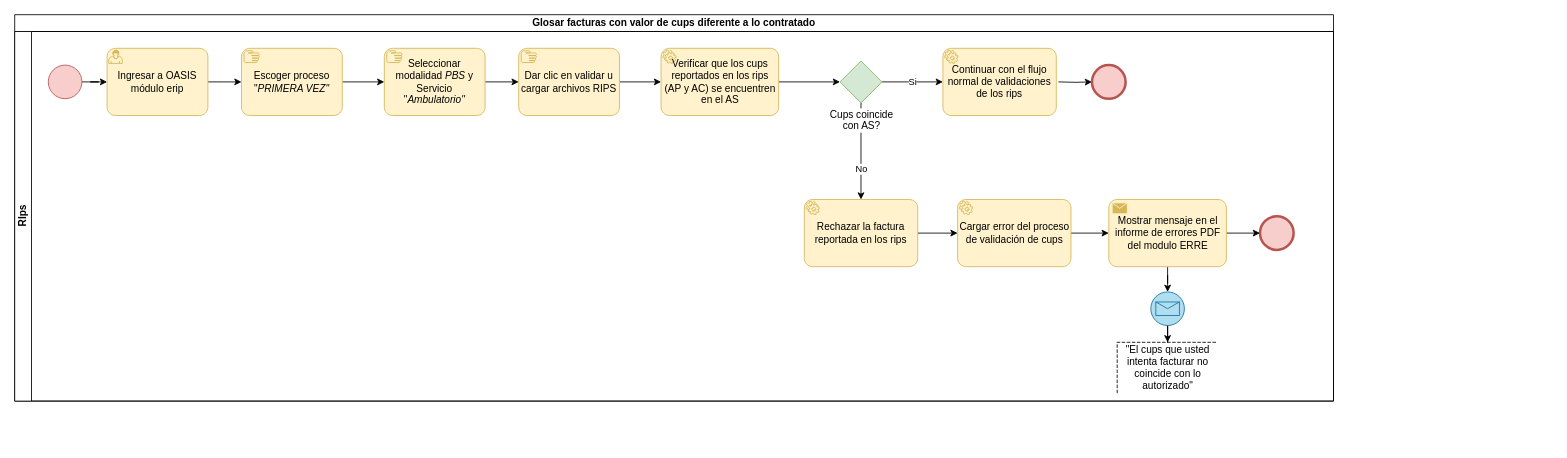
Earlier version of the draw.io diagram Glosar cups con factura diferente a la contratada.drawio (kevinjporto/Diagramas-de-procesos). Source tidied: cells renumbered, new cells numbered last; positions are measured from the earlier drawing's top-left corner, leaving out a move shared by most shapes. Both pictures are drawn from the tidied source at 84%, with x=0, y=0 at pixel (14, 14).
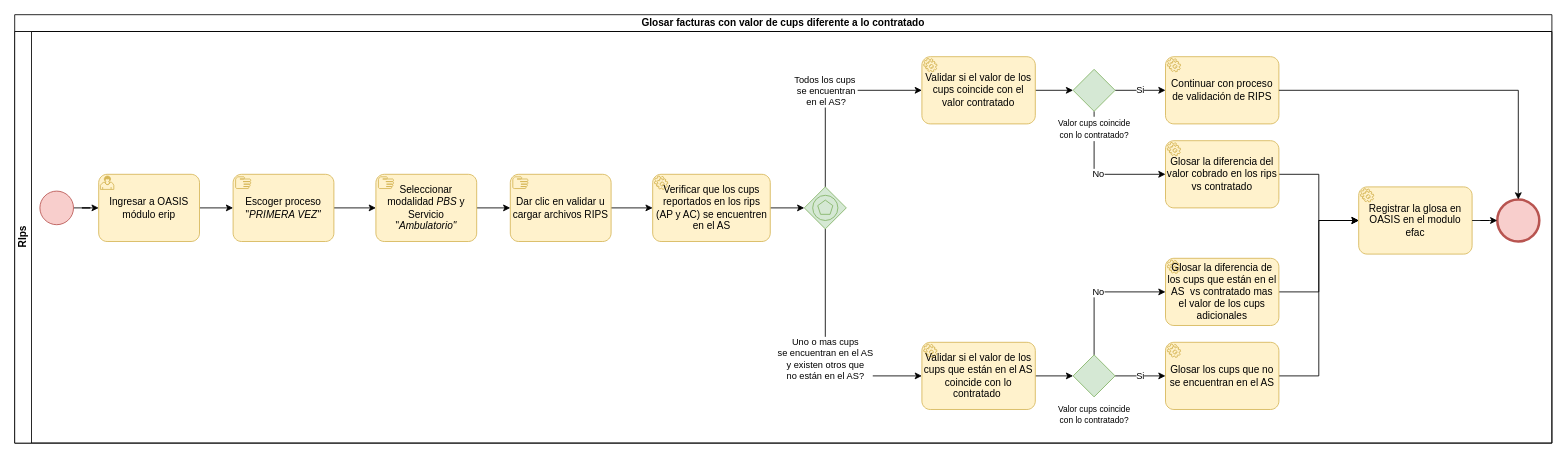
After the change.

The edit, as a diff of the source:
```diff
@@
     <mxCell id="2" value="Glosar facturas con valor de cups diferente a lo contratado" style="swimlane;html=1;horizontal=1;startSize=20;whiteSpace=wrap;" parent="1" vertex="1">
-      <mxGeometry width="1570" height="460" as="geometry" />
+      <mxGeometry width="1830" height="510" as="geometry" />
     </mxCell>
     <mxCell id="3" value="RIps" style="swimlane;html=1;startSize=20;horizontal=0;" parent="2" vertex="1">
-      <mxGeometry y="20" width="1570" height="440" as="geometry" />
+      <mxGeometry y="20" width="1830" height="490" as="geometry" />
     </mxCell>
@@
     <mxCell id="5" style="points=[[0.145,0.145,0],[0.5,0,0],[0.855,0.145,0],[1,0.5,0],[0.855,0.855,0],[0.5,1,0],[0.145,0.855,0],[0,0.5,0]];shape=mxgraph.bpmn.event;html=1;verticalLabelPosition=bottom;labelBackgroundColor=#ffffff;verticalAlign=top;align=center;perimeter=ellipsePerimeter;outlineConnect=0;outline=standard;symbol=general;fillColor=#f8cecc;strokeColor=#b85450;" parent="3" vertex="1">
-      <mxGeometry x="40" y="40" width="40" height="40" as="geometry" />
+      <mxGeometry x="30" y="190" width="40" height="40" as="geometry" />
     </mxCell>
@@
-    <mxCell id="7" value="No" style="edgeStyle=orthogonalEdgeStyle;rounded=0;jettySize=auto;html=1;" parent="3" edge="1" source="9" target="27">
-      <mxGeometry x="0.37" relative="1" as="geometry" />
-    </mxCell>
-    <mxCell id="8" value="Si" style="edgeStyle=orthogonalEdgeStyle;rounded=0;jettySize=auto;html=1;entryX=0;entryY=0.5;entryDx=0;entryDy=0;entryPerimeter=0;" parent="3" edge="1" source="9" target="28">
-      <mxGeometry relative="1" as="geometry" />
-    </mxCell>
-    <mxCell id="9" value="Cups coincide&lt;br&gt;con AS?" style="points=[[0.25,0.25,0],[0.5,0,0],[0.75,0.25,0],[1,0.5,0],[0.75,0.75,0],[0.5,1,0],[0.25,0.75,0],[0,0.5,0]];shape=mxgraph.bpmn.gateway2;html=1;verticalLabelPosition=bottom;labelBackgroundColor=#ffffff;verticalAlign=top;align=center;perimeter=rhombusPerimeter;outlineConnect=0;outline=none;symbol=none;fillColor=#d5e8d4;strokeColor=#82b366;" parent="3" vertex="1">
-      <mxGeometry x="982.5" y="35" width="50" height="50" as="geometry" />
-    </mxCell>
-    <mxCell id="10" style="edgeStyle=orthogonalEdgeStyle;rounded=0;jettySize=auto;html=1;entryX=0;entryY=0.5;entryDx=0;entryDy=0;entryPerimeter=0;" parent="3" edge="1" target="11">
-      <mxGeometry relative="1" as="geometry">
-        <mxPoint x="1242.5" y="60" as="sourcePoint" />
-      </mxGeometry>
-    </mxCell>
-    <mxCell id="11" style="points=[[0.145,0.145,0],[0.5,0,0],[0.855,0.145,0],[1,0.5,0],[0.855,0.855,0],[0.5,1,0],[0.145,0.855,0],[0,0.5,0]];shape=mxgraph.bpmn.event;html=1;verticalLabelPosition=bottom;labelBackgroundColor=#ffffff;verticalAlign=top;align=center;perimeter=ellipsePerimeter;outlineConnect=0;outline=end;symbol=terminate2;fillColor=#f8cecc;strokeColor=#b85450;" parent="3" vertex="1">
-      <mxGeometry x="1282.5" y="40" width="40" height="40" as="geometry" />
-    </mxCell>
-    <mxCell id="12" style="edgeStyle=orthogonalEdgeStyle;rounded=0;jettySize=auto;html=1;" parent="3" edge="1" source="13" target="16">
-      <mxGeometry relative="1" as="geometry" />
-    </mxCell>
-    <mxCell id="13" style="points=[[0.145,0.145,0],[0.5,0,0],[0.855,0.145,0],[1,0.5,0],[0.855,0.855,0],[0.5,1,0],[0.145,0.855,0],[0,0.5,0]];shape=mxgraph.bpmn.event;html=1;verticalLabelPosition=bottom;labelBackgroundColor=#ffffff;verticalAlign=top;align=center;perimeter=ellipsePerimeter;outlineConnect=0;outline=standard;symbol=message;fillColor=#b1ddf0;strokeColor=#10739e;" parent="3" vertex="1">
-      <mxGeometry x="1352.5" y="310" width="40" height="40" as="geometry" />
-    </mxCell>
-    <mxCell id="14" style="points=[[0.145,0.145,0],[0.5,0,0],[0.855,0.145,0],[1,0.5,0],[0.855,0.855,0],[0.5,1,0],[0.145,0.855,0],[0,0.5,0]];shape=mxgraph.bpmn.event;html=1;verticalLabelPosition=bottom;labelBackgroundColor=#ffffff;verticalAlign=top;align=center;perimeter=ellipsePerimeter;outlineConnect=0;outline=end;symbol=terminate2;fillColor=#f8cecc;strokeColor=#b85450;" parent="3" vertex="1">
-      <mxGeometry x="1482.5" y="220" width="40" height="40" as="geometry" />
-    </mxCell>
-    <mxCell id="15" style="edgeStyle=orthogonalEdgeStyle;rounded=0;jettySize=auto;html=1;exitX=1;exitY=0.5;exitDx=0;exitDy=0;exitPerimeter=0;" parent="3" edge="1" source="32" target="14">
-      <mxGeometry relative="1" as="geometry" />
-    </mxCell>
-    <mxCell id="16" value="&quot;El cups que usted intenta facturar no coincide con lo autorizado&quot;" style="shape=partialRectangle;whiteSpace=wrap;html=1;bottom=0;right=0;fillColor=none;dashed=1;" parent="3" vertex="1">
-      <mxGeometry x="1312.5" y="370" width="120" height="60" as="geometry" />
-    </mxCell>
@@
     <mxCell id="18" value="Escoger proceso &quot;&lt;i&gt;PRIMERA VEZ&quot;&lt;/i&gt;" style="points=[[0.25,0,0],[0.5,0,0],[0.75,0,0],[1,0.25,0],[1,0.5,0],[1,0.75,0],[0.75,1,0],[0.5,1,0],[0.25,1,0],[0,0.75,0],[0,0.5,0],[0,0.25,0]];shape=mxgraph.bpmn.task;whiteSpace=wrap;rectStyle=rounded;size=10;html=1;taskMarker=manual;fillColor=#fff2cc;strokeColor=#d6b656;" parent="3" vertex="1">
-      <mxGeometry x="270" y="20" width="120" height="80" as="geometry" />
+      <mxGeometry x="260" y="170" width="120" height="80" as="geometry" />
     </mxCell>
@@
     <mxCell id="20" value="Ingresar a OASIS módulo erip" style="points=[[0.25,0,0],[0.5,0,0],[0.75,0,0],[1,0.25,0],[1,0.5,0],[1,0.75,0],[0.75,1,0],[0.5,1,0],[0.25,1,0],[0,0.75,0],[0,0.5,0],[0,0.25,0]];shape=mxgraph.bpmn.task;whiteSpace=wrap;rectStyle=rounded;size=10;html=1;taskMarker=user;fillColor=#fff2cc;strokeColor=#d6b656;" parent="3" vertex="1">
-      <mxGeometry x="110" y="20" width="120" height="80" as="geometry" />
+      <mxGeometry x="100" y="170" width="120" height="80" as="geometry" />
     </mxCell>
     <mxCell id="21" value="Seleccionar modalidad &lt;i&gt;PBS &lt;/i&gt;y Servicio &quot;&lt;i&gt;Ambulatorio&quot;&lt;/i&gt;" style="points=[[0.25,0,0],[0.5,0,0],[0.75,0,0],[1,0.25,0],[1,0.5,0],[1,0.75,0],[0.75,1,0],[0.5,1,0],[0.25,1,0],[0,0.75,0],[0,0.5,0],[0,0.25,0]];shape=mxgraph.bpmn.task;whiteSpace=wrap;rectStyle=rounded;size=10;html=1;taskMarker=manual;fillColor=#fff2cc;strokeColor=#d6b656;" parent="3" vertex="1">
-      <mxGeometry x="440" y="20" width="120" height="80" as="geometry" />
+      <mxGeometry x="430" y="170" width="120" height="80" as="geometry" />
     </mxCell>
@@
     <mxCell id="23" value="Dar clic en validar u cargar archivos RIPS" style="points=[[0.25,0,0],[0.5,0,0],[0.75,0,0],[1,0.25,0],[1,0.5,0],[1,0.75,0],[0.75,1,0],[0.5,1,0],[0.25,1,0],[0,0.75,0],[0,0.5,0],[0,0.25,0]];shape=mxgraph.bpmn.task;whiteSpace=wrap;rectStyle=rounded;size=10;html=1;taskMarker=manual;fillColor=#fff2cc;strokeColor=#d6b656;" parent="3" vertex="1">
-      <mxGeometry x="600" y="20" width="120" height="80" as="geometry" />
+      <mxGeometry x="590" y="170" width="120" height="80" as="geometry" />
     </mxCell>
-    <mxCell id="24" style="edgeStyle=orthogonalEdgeStyle;rounded=0;jettySize=auto;html=1;entryX=0;entryY=0.5;entryDx=0;entryDy=0;entryPerimeter=0;" parent="3" edge="1" source="25" target="9">
+    <mxCell id="24" style="edgeStyle=orthogonalEdgeStyle;rounded=0;jettySize=auto;html=1;entryX=0;entryY=0.5;entryDx=0;entryDy=0;entryPerimeter=0;" parent="3" edge="1" source="25" target="37">
       <mxGeometry relative="1" as="geometry" />
     </mxCell>
     <mxCell id="25" value="Verificar que los cups reportados en los rips (AP y AC) se encuentren en el AS" style="points=[[0.25,0,0],[0.5,0,0],[0.75,0,0],[1,0.25,0],[1,0.5,0],[1,0.75,0],[0.75,1,0],[0.5,1,0],[0.25,1,0],[0,0.75,0],[0,0.5,0],[0,0.25,0]];shape=mxgraph.bpmn.task;whiteSpace=wrap;rectStyle=rounded;size=10;html=1;taskMarker=service;fillColor=#fff2cc;strokeColor=#d6b656;" parent="3" vertex="1">
-      <mxGeometry x="769.5" y="20" width="140" height="80" as="geometry" />
+      <mxGeometry x="759.5" y="170" width="140" height="80" as="geometry" />
     </mxCell>
-    <mxCell id="26" style="edgeStyle=orthogonalEdgeStyle;rounded=0;jettySize=auto;html=1;entryX=0;entryY=0.5;entryDx=0;entryDy=0;entryPerimeter=0;" parent="3" edge="1" source="27" target="30">
-      <mxGeometry relative="1" as="geometry" />
-    </mxCell>
+    <mxCell id="33" style="edgeStyle=orthogonalEdgeStyle;rounded=0;jettySize=auto;html=1;entryX=0;entryY=0.5;entryDx=0;entryDy=0;entryPerimeter=0;" parent="3" edge="1" source="27" target="49">
+      <mxGeometry relative="1" as="geometry" />
+    </mxCell>
-    <mxCell id="27" value="Rechazar la factura reportada en los rips" style="points=[[0.25,0,0],[0.5,0,0],[0.75,0,0],[1,0.25,0],[1,0.5,0],[1,0.75,0],[0.75,1,0],[0.5,1,0],[0.25,1,0],[0,0.75,0],[0,0.5,0],[0,0.25,0]];shape=mxgraph.bpmn.task;whiteSpace=wrap;rectStyle=rounded;size=10;html=1;taskMarker=service;fillColor=#fff2cc;strokeColor=#d6b656;" parent="3" vertex="1">
-      <mxGeometry x="940" y="200" width="135" height="80" as="geometry" />
+    <mxCell id="27" value="Validar si el valor de los cups coincide con el valor contratado" style="points=[[0.25,0,0],[0.5,0,0],[0.75,0,0],[1,0.25,0],[1,0.5,0],[1,0.75,0],[0.75,1,0],[0.5,1,0],[0.25,1,0],[0,0.75,0],[0,0.5,0],[0,0.25,0]];shape=mxgraph.bpmn.task;whiteSpace=wrap;rectStyle=rounded;size=10;html=1;taskMarker=service;fillColor=#fff2cc;strokeColor=#d6b656;" parent="3" vertex="1">
+      <mxGeometry x="1080" y="30" width="135" height="80" as="geometry" />
     </mxCell>
-    <mxCell id="28" value="Continuar con el flujo normal de validaciones de los rips" style="points=[[0.25,0,0],[0.5,0,0],[0.75,0,0],[1,0.25,0],[1,0.5,0],[1,0.75,0],[0.75,1,0],[0.5,1,0],[0.25,1,0],[0,0.75,0],[0,0.5,0],[0,0.25,0]];shape=mxgraph.bpmn.task;whiteSpace=wrap;rectStyle=rounded;size=10;html=1;taskMarker=service;fillColor=#fff2cc;strokeColor=#d6b656;" parent="3" vertex="1">
-      <mxGeometry x="1105" y="20" width="135" height="80" as="geometry" />
-    </mxCell>
-    <mxCell id="29" style="edgeStyle=orthogonalEdgeStyle;rounded=0;jettySize=auto;html=1;entryX=0;entryY=0.5;entryDx=0;entryDy=0;entryPerimeter=0;" parent="3" edge="1" source="30" target="32">
-      <mxGeometry relative="1" as="geometry" />
-    </mxCell>
-    <mxCell id="30" value="Cargar error del proceso de validación de cups" style="points=[[0.25,0,0],[0.5,0,0],[0.75,0,0],[1,0.25,0],[1,0.5,0],[1,0.75,0],[0.75,1,0],[0.5,1,0],[0.25,1,0],[0,0.75,0],[0,0.5,0],[0,0.25,0]];shape=mxgraph.bpmn.task;whiteSpace=wrap;rectStyle=rounded;size=10;html=1;taskMarker=service;fillColor=#fff2cc;strokeColor=#d6b656;" parent="3" vertex="1">
-      <mxGeometry x="1122.5" y="200" width="135" height="80" as="geometry" />
-    </mxCell>
-    <mxCell id="31" style="edgeStyle=orthogonalEdgeStyle;rounded=0;jettySize=auto;html=1;entryX=0.5;entryY=0;entryDx=0;entryDy=0;entryPerimeter=0;" parent="3" edge="1" source="32" target="13">
-      <mxGeometry relative="1" as="geometry" />
-    </mxCell>
-    <mxCell id="32" value="Mostrar mensaje en el informe de errores PDF del modulo ERRE" style="points=[[0.25,0,0],[0.5,0,0],[0.75,0,0],[1,0.25,0],[1,0.5,0],[1,0.75,0],[0.75,1,0],[0.5,1,0],[0.25,1,0],[0,0.75,0],[0,0.5,0],[0,0.25,0]];shape=mxgraph.bpmn.task;whiteSpace=wrap;rectStyle=rounded;size=10;html=1;taskMarker=send;fillColor=#fff2cc;strokeColor=#d6b656;" parent="3" vertex="1">
-      <mxGeometry x="1302.5" y="200" width="140" height="80" as="geometry" />
-    </mxCell>
+    <mxCell id="34" style="edgeStyle=orthogonalEdgeStyle;rounded=0;jettySize=auto;html=1;entryX=0;entryY=0.5;entryDx=0;entryDy=0;entryPerimeter=0;" parent="3" edge="1" source="37" target="27">
+      <mxGeometry relative="1" as="geometry">
+        <Array as="points">
+          <mxPoint x="965" y="70" />
+        </Array>
+      </mxGeometry>
+    </mxCell>
+    <mxCell id="35" value="Todos los cups&amp;nbsp;&lt;br&gt;se encuentran&lt;br&gt;en el AS?" style="edgeLabel;html=1;align=center;verticalAlign=middle;" parent="34" vertex="1">
+      <mxGeometry x="-0.26" relative="1" as="geometry">
+        <mxPoint y="-30" as="offset" />
+      </mxGeometry>
+    </mxCell>
+    <mxCell id="36" value="Uno o mas cups &lt;br&gt;se encuentran en el AS &lt;br&gt;y existen otros que &lt;br&gt;no están en el AS?" style="edgeStyle=orthogonalEdgeStyle;rounded=0;jettySize=auto;html=1;entryX=0;entryY=0.5;entryDx=0;entryDy=0;entryPerimeter=0;" parent="3" edge="1" source="37" target="39">
+      <mxGeometry x="0.07" relative="1" as="geometry">
+        <Array as="points">
+          <mxPoint x="965" y="410" />
+        </Array>
+      </mxGeometry>
+    </mxCell>
+    <mxCell id="37" style="points=[[0.25,0.25,0],[0.5,0,0],[0.75,0.25,0],[1,0.5,0],[0.75,0.75,0],[0.5,1,0],[0.25,0.75,0],[0,0.5,0]];shape=mxgraph.bpmn.gateway2;html=1;verticalLabelPosition=bottom;labelBackgroundColor=#ffffff;verticalAlign=top;align=center;perimeter=rhombusPerimeter;outlineConnect=0;outline=standard;symbol=multiple;fillColor=#d5e8d4;strokeColor=#82b366;" parent="3" vertex="1">
+      <mxGeometry x="940" y="185" width="50" height="50" as="geometry" />
+    </mxCell>
+    <mxCell id="38" style="edgeStyle=orthogonalEdgeStyle;rounded=0;jettySize=auto;html=1;entryX=0;entryY=0.5;entryDx=0;entryDy=0;entryPerimeter=0;" parent="3" edge="1" source="39" target="41">
+      <mxGeometry relative="1" as="geometry" />
+    </mxCell>
+    <mxCell id="39" value="Validar si el valor de los cups que están en el AS coincide con lo contratado&amp;nbsp;" style="points=[[0.25,0,0],[0.5,0,0],[0.75,0,0],[1,0.25,0],[1,0.5,0],[1,0.75,0],[0.75,1,0],[0.5,1,0],[0.25,1,0],[0,0.75,0],[0,0.5,0],[0,0.25,0]];shape=mxgraph.bpmn.task;whiteSpace=wrap;rectStyle=rounded;size=10;html=1;taskMarker=service;fillColor=#fff2cc;strokeColor=#d6b656;" parent="3" vertex="1">
+      <mxGeometry x="1080" y="370" width="135" height="80" as="geometry" />
+    </mxCell>
+    <mxCell id="8" value="Si" style="edgeStyle=orthogonalEdgeStyle;rounded=0;jettySize=auto;html=1;entryX=0;entryY=0.5;entryDx=0;entryDy=0;entryPerimeter=0;" parent="3" edge="1" source="41" target="43">
+      <mxGeometry relative="1" as="geometry" />
+    </mxCell>
+    <mxCell id="40" value="No" style="edgeStyle=orthogonalEdgeStyle;rounded=0;jettySize=auto;html=1;entryX=0;entryY=0.5;entryDx=0;entryDy=0;entryPerimeter=0;" parent="3" edge="1" source="41" target="45">
+      <mxGeometry relative="1" as="geometry">
+        <Array as="points">
+          <mxPoint x="1285" y="310" />
+        </Array>
+      </mxGeometry>
+    </mxCell>
+    <mxCell id="41" value="&lt;font style=&quot;font-size: 10px;&quot;&gt;Valor cups coincide&lt;br&gt;con lo contratado?&lt;/font&gt;" style="points=[[0.25,0.25,0],[0.5,0,0],[0.75,0.25,0],[1,0.5,0],[0.75,0.75,0],[0.5,1,0],[0.25,0.75,0],[0,0.5,0]];shape=mxgraph.bpmn.gateway2;html=1;verticalLabelPosition=bottom;labelBackgroundColor=#ffffff;verticalAlign=top;align=center;perimeter=rhombusPerimeter;outlineConnect=0;outline=none;symbol=none;fillColor=#d5e8d4;strokeColor=#82b366;" parent="3" vertex="1">
+      <mxGeometry x="1260" y="385" width="50" height="50" as="geometry" />
+    </mxCell>
+    <mxCell id="42" style="edgeStyle=orthogonalEdgeStyle;rounded=0;jettySize=auto;html=1;entryX=0;entryY=0.5;entryDx=0;entryDy=0;entryPerimeter=0;" parent="3" edge="1" source="43" target="46">
+      <mxGeometry relative="1" as="geometry" />
+    </mxCell>
+    <mxCell id="43" value="Glosar los cups que no se encuentran en el AS" style="points=[[0.25,0,0],[0.5,0,0],[0.75,0,0],[1,0.25,0],[1,0.5,0],[1,0.75,0],[0.75,1,0],[0.5,1,0],[0.25,1,0],[0,0.75,0],[0,0.5,0],[0,0.25,0]];shape=mxgraph.bpmn.task;whiteSpace=wrap;rectStyle=rounded;size=10;html=1;taskMarker=service;fillColor=#fff2cc;strokeColor=#d6b656;" parent="3" vertex="1">
+      <mxGeometry x="1370" y="370" width="135" height="80" as="geometry" />
+    </mxCell>
+    <mxCell id="44" style="edgeStyle=orthogonalEdgeStyle;rounded=0;jettySize=auto;html=1;entryX=0;entryY=0.5;entryDx=0;entryDy=0;entryPerimeter=0;" parent="3" edge="1" source="45" target="46">
+      <mxGeometry relative="1" as="geometry" />
+    </mxCell>
+    <mxCell id="45" value="Glosar la diferencia de los cups que están en el AS&amp;nbsp; vs contratado mas el valor de los cups adicionales" style="points=[[0.25,0,0],[0.5,0,0],[0.75,0,0],[1,0.25,0],[1,0.5,0],[1,0.75,0],[0.75,1,0],[0.5,1,0],[0.25,1,0],[0,0.75,0],[0,0.5,0],[0,0.25,0]];shape=mxgraph.bpmn.task;whiteSpace=wrap;rectStyle=rounded;size=10;html=1;taskMarker=service;fillColor=#fff2cc;strokeColor=#d6b656;" parent="3" vertex="1">
+      <mxGeometry x="1370" y="270" width="135" height="80" as="geometry" />
+    </mxCell>
+    <mxCell id="46" value="Registrar la glosa en OASIS en el modulo efac" style="points=[[0.25,0,0],[0.5,0,0],[0.75,0,0],[1,0.25,0],[1,0.5,0],[1,0.75,0],[0.75,1,0],[0.5,1,0],[0.25,1,0],[0,0.75,0],[0,0.5,0],[0,0.25,0]];shape=mxgraph.bpmn.task;whiteSpace=wrap;rectStyle=rounded;size=10;html=1;taskMarker=service;fillColor=#fff2cc;strokeColor=#d6b656;" parent="3" vertex="1">
+      <mxGeometry x="1600" y="185" width="135" height="80" as="geometry" />
+    </mxCell>
+    <mxCell id="47" value="Si" style="edgeStyle=orthogonalEdgeStyle;rounded=0;jettySize=auto;html=1;" parent="3" edge="1" source="49" target="50">
+      <mxGeometry relative="1" as="geometry" />
+    </mxCell>
+    <mxCell id="48" value="No" style="edgeStyle=orthogonalEdgeStyle;rounded=0;jettySize=auto;html=1;entryX=0;entryY=0.5;entryDx=0;entryDy=0;entryPerimeter=0;" parent="3" edge="1" source="49" target="52">
+      <mxGeometry relative="1" as="geometry">
+        <Array as="points">
+          <mxPoint x="1285" y="170" />
+        </Array>
+      </mxGeometry>
+    </mxCell>
+    <mxCell id="49" value="&lt;font style=&quot;font-size: 10px;&quot;&gt;Valor cups coincide&lt;br&gt;con lo contratado?&lt;/font&gt;" style="points=[[0.25,0.25,0],[0.5,0,0],[0.75,0.25,0],[1,0.5,0],[0.75,0.75,0],[0.5,1,0],[0.25,0.75,0],[0,0.5,0]];shape=mxgraph.bpmn.gateway2;html=1;verticalLabelPosition=bottom;labelBackgroundColor=#ffffff;verticalAlign=top;align=center;perimeter=rhombusPerimeter;outlineConnect=0;outline=none;symbol=none;fillColor=#d5e8d4;strokeColor=#82b366;" parent="3" vertex="1">
+      <mxGeometry x="1260" y="45" width="50" height="50" as="geometry" />
+    </mxCell>
+    <mxCell id="50" value="Continuar con proceso de validación de RIPS" style="points=[[0.25,0,0],[0.5,0,0],[0.75,0,0],[1,0.25,0],[1,0.5,0],[1,0.75,0],[0.75,1,0],[0.5,1,0],[0.25,1,0],[0,0.75,0],[0,0.5,0],[0,0.25,0]];shape=mxgraph.bpmn.task;whiteSpace=wrap;rectStyle=rounded;size=10;html=1;taskMarker=service;fillColor=#fff2cc;strokeColor=#d6b656;" parent="3" vertex="1">
+      <mxGeometry x="1370" y="30" width="135" height="80" as="geometry" />
+    </mxCell>
+    <mxCell id="51" style="edgeStyle=orthogonalEdgeStyle;rounded=0;jettySize=auto;html=1;entryX=0;entryY=0.5;entryDx=0;entryDy=0;entryPerimeter=0;" parent="3" edge="1" source="52" target="46">
+      <mxGeometry relative="1" as="geometry" />
+    </mxCell>
+    <mxCell id="52" value="Glosar la diferencia del valor cobrado en los rips vs contratado" style="points=[[0.25,0,0],[0.5,0,0],[0.75,0,0],[1,0.25,0],[1,0.5,0],[1,0.75,0],[0.75,1,0],[0.5,1,0],[0.25,1,0],[0,0.75,0],[0,0.5,0],[0,0.25,0]];shape=mxgraph.bpmn.task;whiteSpace=wrap;rectStyle=rounded;size=10;html=1;taskMarker=service;fillColor=#fff2cc;strokeColor=#d6b656;" parent="3" vertex="1">
+      <mxGeometry x="1370" y="130" width="135" height="80" as="geometry" />
+    </mxCell>
+    <mxCell id="53" style="points=[[0.145,0.145,0],[0.5,0,0],[0.855,0.145,0],[1,0.5,0],[0.855,0.855,0],[0.5,1,0],[0.145,0.855,0],[0,0.5,0]];shape=mxgraph.bpmn.event;html=1;verticalLabelPosition=bottom;labelBackgroundColor=#ffffff;verticalAlign=top;align=center;perimeter=ellipsePerimeter;outlineConnect=0;outline=end;symbol=terminate2;fillColor=#f8cecc;strokeColor=#b85450;" parent="1" vertex="1">
+      <mxGeometry x="1765" y="220" width="50" height="50" as="geometry" />
+    </mxCell>
+    <mxCell id="54" style="edgeStyle=orthogonalEdgeStyle;rounded=0;jettySize=auto;html=1;" parent="1" edge="1" source="46" target="53">
+      <mxGeometry relative="1" as="geometry" />
+    </mxCell>
+    <mxCell id="55" style="edgeStyle=orthogonalEdgeStyle;rounded=0;jettySize=auto;html=1;entryX=0.5;entryY=0;entryDx=0;entryDy=0;entryPerimeter=0;" parent="1" edge="1" source="50" target="53">
+      <mxGeometry relative="1" as="geometry" />
+    </mxCell>
```
